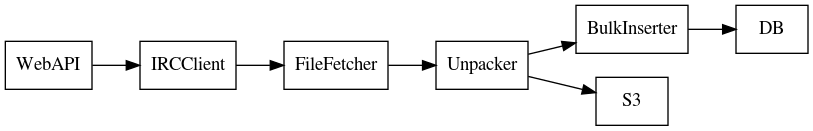
DavidVentura/bookworm keeps this Graphviz diagram as docs/services.png. Above is the earlier version. Its source is kept beside it as docs/services.dot.
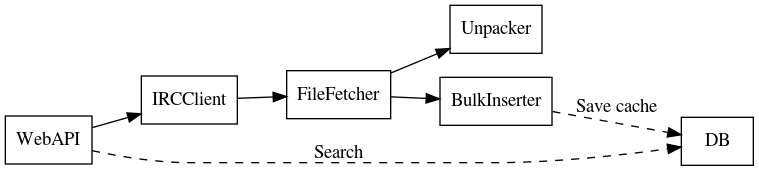
Above is the later version.

Change to the diagram source:
```diff
@@ -6,9 +6,11 @@
    Unpacker
    WebAPI
    BulkInserter
-   S3
    DB
 
-   WebAPI -> IRCClient -> FileFetcher -> Unpacker -> S3
-   Unpacker -> BulkInserter -> DB
+   WebAPI -> IRCClient -> FileFetcher -> Unpacker
+   FileFetcher -> BulkInserter
+
+   WebAPI -> DB[label="Search" style=dashed];
+   BulkInserter -> DB[label="Save cache" style=dashed];
 }
```
